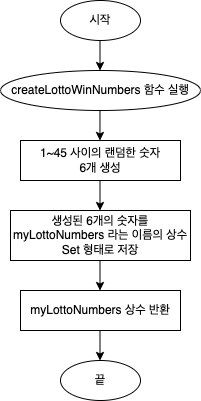
Before: CodeStarterCamp_Week2/로또 당첨번호 생성기.png, a diagram exported from draw.io (yagom-academy/swift-starter-Round2). Source tidied: cells renumbered, new cells last; positions are measured from the earlier drawing's top-left corner, leaving out a move shared by most shapes.
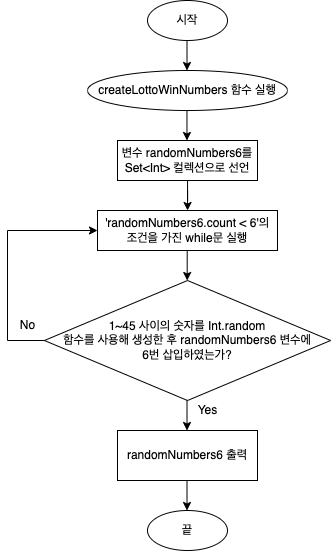
After the change.

Commit message:
로또번호 생성 순서도 수정

The edit, as a diff of the source:
```diff
@@ -3,52 +3,72 @@
     <mxCell id="0" />
     <mxCell id="1" parent="0" />
     <mxCell id="2" value="createLottoWinNumbers 함수 실행" style="ellipse;whiteSpace=wrap;html=1;" parent="1" vertex="1">
-      <mxGeometry y="70" width="200" height="40" as="geometry" />
+      <mxGeometry y="260" width="200" height="40" as="geometry" />
     </mxCell>
     <mxCell id="3" value="시작" style="ellipse;whiteSpace=wrap;html=1;" parent="1" vertex="1">
-      <mxGeometry x="60" width="80" height="40" as="geometry" />
+      <mxGeometry x="60" y="190" width="80" height="40" as="geometry" />
     </mxCell>
     <mxCell id="4" style="endArrow=classic;html=1;rounded=0;" parent="1" edge="1">
       <mxGeometry relative="1" as="geometry">
-        <mxPoint x="99.5" y="40" as="sourcePoint" />
-        <mxPoint x="99.5" y="70" as="targetPoint" />
+        <mxPoint x="99.5" y="230" as="sourcePoint" />
+        <mxPoint x="99.5" y="260" as="targetPoint" />
       </mxGeometry>
     </mxCell>
     <mxCell id="5" style="endArrow=classic;html=1;rounded=0;" parent="1" edge="1">
       <mxGeometry relative="1" as="geometry">
-        <mxPoint x="99.5" y="110" as="sourcePoint" />
-        <mxPoint x="99.5" y="140" as="targetPoint" />
+        <mxPoint x="99.5" y="300" as="sourcePoint" />
+        <mxPoint x="99.5" y="330" as="targetPoint" />
       </mxGeometry>
     </mxCell>
+    <mxCell id="13" style="edgeStyle=orthogonalEdgeStyle;rounded=0;jettySize=auto;html=1;" parent="1" edge="1" source="6" target="19">
+      <mxGeometry relative="1" as="geometry" />
+    </mxCell>
-    <mxCell id="6" value="1~45 사이의 랜덤한 숫자 &lt;br&gt;6개 생성" style="rounded=0;whiteSpace=wrap;html=1;" parent="1" vertex="1">
-      <mxGeometry x="20" y="140" width="160" height="40" as="geometry" />
+    <mxCell id="6" value="변수 randomNumbers6를 Set&amp;lt;Int&amp;gt; 컬렉션으로 선언" style="rounded=0;whiteSpace=wrap;html=1;" parent="1" vertex="1">
+      <mxGeometry x="30" y="330" width="140" height="40" as="geometry" />
     </mxCell>
     <mxCell id="7" style="endArrow=classic;html=1;rounded=0;" parent="1" edge="1">
       <mxGeometry relative="1" as="geometry">
-        <mxPoint x="99.5" y="180" as="sourcePoint" />
-        <mxPoint x="99.5" y="210" as="targetPoint" />
+        <mxPoint x="99.5" y="590" as="sourcePoint" />
+        <mxPoint x="99.5" y="620" as="targetPoint" />
       </mxGeometry>
     </mxCell>
-    <mxCell id="8" value="생성된 6개의 숫자를 &lt;br&gt;myLottoNumbers 라는 이름의 상수Set 형태로 저장" style="rounded=0;whiteSpace=wrap;html=1;" parent="1" vertex="1">
-      <mxGeometry x="10" y="210" width="180" height="50" as="geometry" />
+    <mxCell id="8" value="randomNumbers6 출력" style="rounded=0;whiteSpace=wrap;html=1;" parent="1" vertex="1">
+      <mxGeometry x="30" y="620" width="140" height="50" as="geometry" />
     </mxCell>
     <mxCell id="9" style="endArrow=classic;html=1;rounded=0;" parent="1" edge="1">
       <mxGeometry relative="1" as="geometry">
-        <mxPoint x="99.5" y="260" as="sourcePoint" />
-        <mxPoint x="99.5" y="290" as="targetPoint" />
+        <mxPoint x="99.5" y="670" as="sourcePoint" />
+        <mxPoint x="99.5" y="700" as="targetPoint" />
       </mxGeometry>
     </mxCell>
-    <mxCell id="10" value="myLottoNumbers 상수 반환" style="rounded=0;whiteSpace=wrap;html=1;" parent="1" vertex="1">
-      <mxGeometry x="20" y="290" width="160" height="40" as="geometry" />
-    </mxCell>
-    <mxCell id="11" style="endArrow=classic;html=1;rounded=0;" parent="1" edge="1">
-      <mxGeometry relative="1" as="geometry">
-        <mxPoint x="99.5" y="330" as="sourcePoint" />
-        <mxPoint x="99.5" y="360" as="targetPoint" />
-      </mxGeometry>
-    </mxCell>
     <mxCell id="12" value="끝" style="ellipse;whiteSpace=wrap;html=1;" parent="1" vertex="1">
-      <mxGeometry x="60" y="360" width="80" height="40" as="geometry" />
+      <mxGeometry x="60" y="700" width="80" height="40" as="geometry" />
     </mxCell>
+    <mxCell id="14" value="1~45 사이의 숫자를 Int.random &lt;br&gt;함수를 사용해&amp;nbsp;생성한 후 randomNumbers6 변수에 &lt;br&gt;6번 삽입하였는가?" style="rhombus;whiteSpace=wrap;html=1;" parent="1" vertex="1">
+      <mxGeometry x="-43.1" y="470" width="286.2" height="120" as="geometry" />
+    </mxCell>
+    <mxCell id="15" style="endArrow=classic;html=1;rounded=0;" parent="1" edge="1">
+      <mxGeometry relative="1" as="geometry">
+        <mxPoint x="99.7" y="440" as="sourcePoint" />
+        <mxPoint x="99.7" y="470" as="targetPoint" />
+      </mxGeometry>
+    </mxCell>
+    <mxCell id="16" style="endArrow=classic;html=1;rounded=0;entryX=0;entryY=0.5;entryDx=0;entryDy=0;exitX=0;exitY=0.5;exitDx=0;exitDy=0;" parent="1" edge="1" source="14" target="19">
+      <mxGeometry relative="1" as="geometry">
+        <Array as="points">
+          <mxPoint x="-80" y="530" />
+          <mxPoint x="-80" y="420" />
+        </Array>
+      </mxGeometry>
+    </mxCell>
+    <mxCell id="17" value="No" style="text;html=1;align=center;verticalAlign=middle;strokeColor=none;fillColor=none;" parent="1" vertex="1">
+      <mxGeometry x="-80" y="500" width="40" height="30" as="geometry" />
+    </mxCell>
+    <mxCell id="18" value="Yes" style="text;html=1;align=center;verticalAlign=middle;strokeColor=none;fillColor=none;" parent="1" vertex="1">
+      <mxGeometry x="100" y="585" width="40" height="30" as="geometry" />
+    </mxCell>
+    <mxCell id="19" value="'randomNumbers6.count &amp;lt; 6'의 &lt;br&gt;조건을 가진 while문 실행" style="rounded=0;whiteSpace=wrap;html=1;" parent="1" vertex="1">
+      <mxGeometry x="10" y="400" width="180" height="40" as="geometry" />
+    </mxCell>
   </root>
 </mxGraphModel>
```
